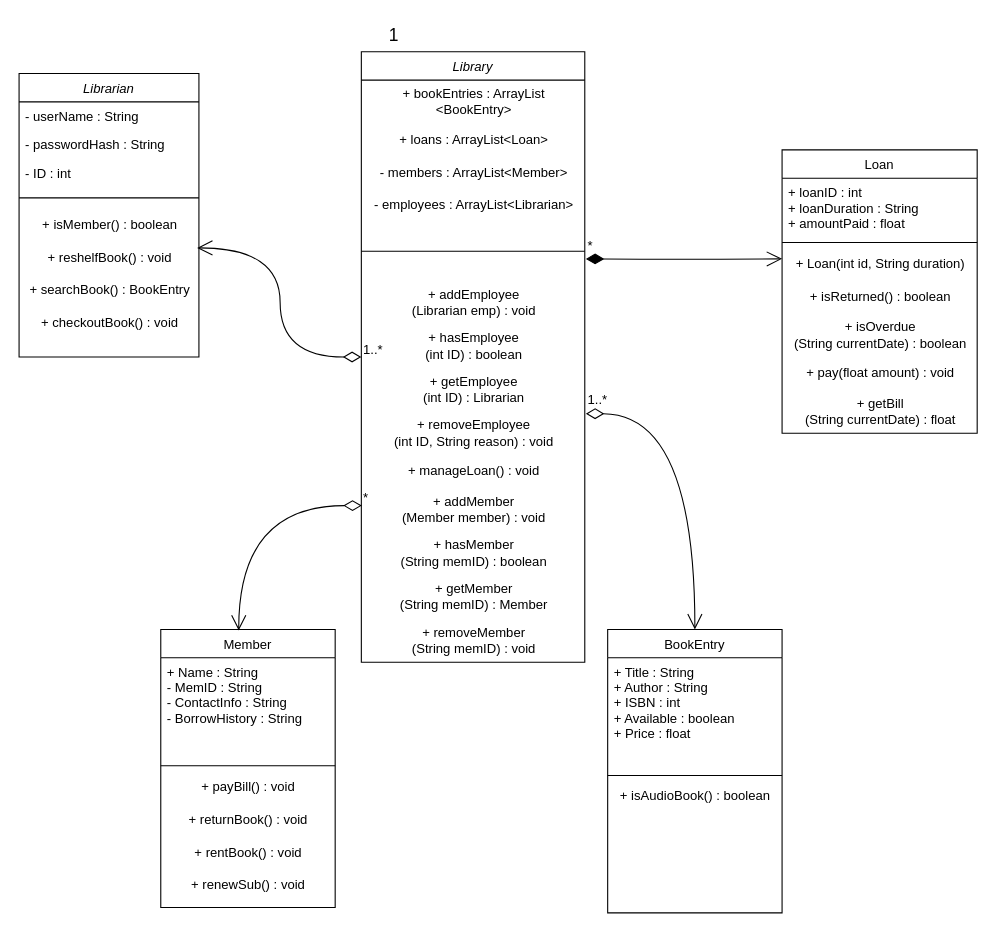
The draw.io diagram Untitled Diagram.drawio in Twpendleton/ClassUMLDiagram, before the edit. Source tidied: cells renumbered, new cells numbered last; positions are measured from the earlier drawing's top-left corner, leaving out a move shared by most shapes. Both pictures are drawn from the tidied source at 109%, with x=0, y=0 at pixel (19, 19).
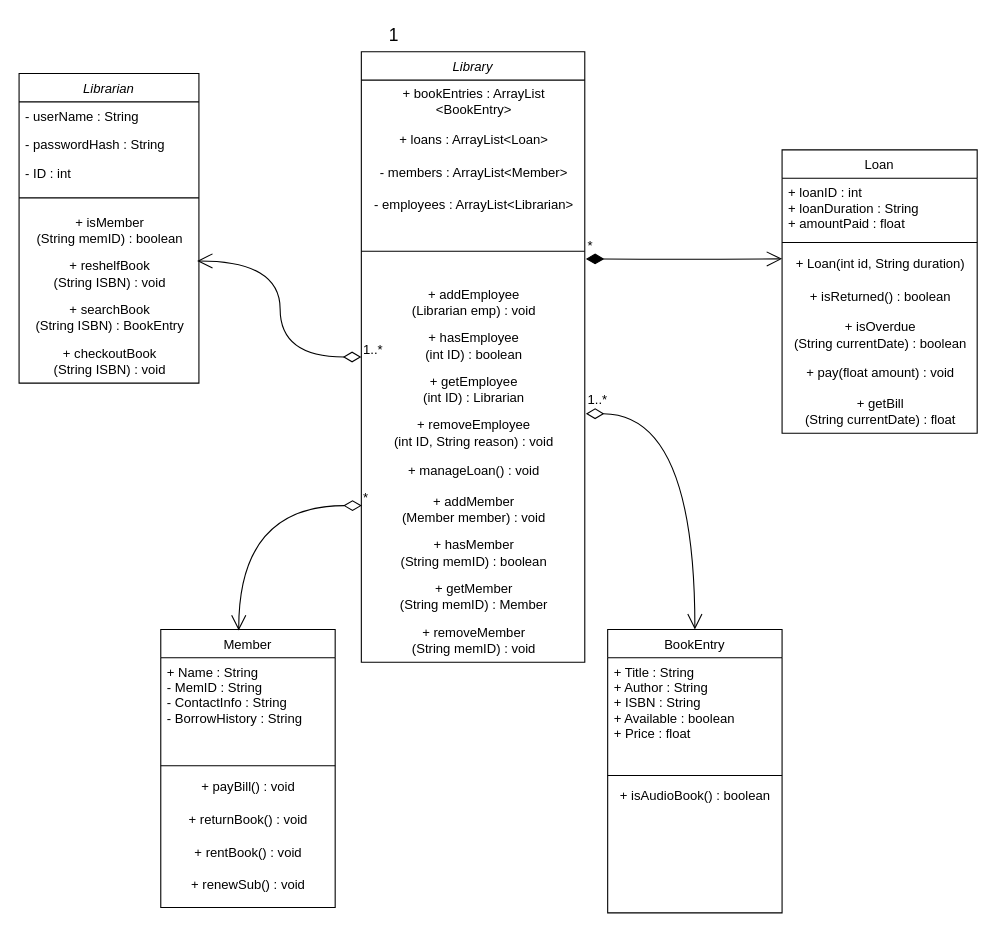
The same diagram, later.

Commit message:
Change type for BookEntry ISBN to String and redo Librarian methods

Unchanged cells that the change refers to:
```xml
<mxCell id="18" value="BookEntry" style="swimlane;fontStyle=0;align=center;verticalAlign=top;horizontal=1;startSize=26;rounded=0;shadow=0;strokeWidth=1;" parent="1" vertex="1">
  <mxGeometry x="540" y="560" width="160" height="260" as="geometry" />
</mxCell>
```

Diff of the diagram source:
```diff
@@
     <mxCell id="2" value="Librarian" style="swimlane;fontStyle=2;align=center;verticalAlign=top;horizontal=1;startSize=26;rounded=0;shadow=0;strokeWidth=1;" parent="1" vertex="1">
-      <mxGeometry y="50" width="165" height="260" as="geometry" />
+      <mxGeometry y="50" width="165" height="284" as="geometry" />
     </mxCell>
@@
-    <mxCell id="7" value="+ isMember() : boolean" style="text;html=1;align=center;verticalAlign=middle;strokeColor=none;fillColor=none;" parent="2" vertex="1">
-      <mxGeometry y="124" width="165" height="30" as="geometry" />
+    <mxCell id="7" value="+ isMember&lt;div&gt;(String memID) : boolean&lt;/div&gt;" style="text;html=1;align=center;verticalAlign=middle;strokeColor=none;fillColor=none;" parent="2" vertex="1">
+      <mxGeometry y="124" width="165" height="40" as="geometry" />
     </mxCell>
-    <mxCell id="8" value="+ reshelfBook() : void" style="text;html=1;align=center;verticalAlign=middle;points=[];strokeColor=none;fillColor=none;" parent="2" vertex="1">
-      <mxGeometry y="154" width="165" height="30" as="geometry" />
+    <mxCell id="8" value="+ reshelfBook&lt;div&gt;(String ISBN) : void&lt;/div&gt;" style="text;html=1;align=center;verticalAlign=middle;points=[];strokeColor=none;fillColor=none;" parent="2" vertex="1">
+      <mxGeometry y="164" width="165" height="40" as="geometry" />
     </mxCell>
-    <mxCell id="9" value="+ searchBook() : BookEntry" style="text;html=1;align=center;verticalAlign=middle;strokeColor=none;fillColor=none;" parent="2" vertex="1">
-      <mxGeometry y="184" width="165" height="30" as="geometry" />
+    <mxCell id="9" value="+ searchBook&lt;div&gt;(String ISBN) : BookEntry&lt;/div&gt;" style="text;html=1;align=center;verticalAlign=middle;strokeColor=none;fillColor=none;" parent="2" vertex="1">
+      <mxGeometry y="204" width="165" height="40" as="geometry" />
     </mxCell>
-    <mxCell id="10" value="+ checkoutBook() : void" style="text;html=1;align=center;verticalAlign=middle;strokeColor=none;fillColor=none;" parent="2" vertex="1">
-      <mxGeometry y="214" width="165" height="30" as="geometry" />
+    <mxCell id="10" value="+ checkoutBook&lt;div&gt;(String ISBN) : void&lt;/div&gt;" style="text;html=1;align=center;verticalAlign=middle;strokeColor=none;fillColor=none;" parent="2" vertex="1">
+      <mxGeometry y="244" width="165" height="40" as="geometry" />
     </mxCell>
@@
-    <mxCell id="19" value="+ Title : String&#10;+ Author : String&#10;+ ISBN : int&#10;+ Available : boolean&#10;+ Price : float" style="text;align=left;verticalAlign=top;spacingLeft=4;spacingRight=4;overflow=hidden;" parent="18" vertex="1">
+    <mxCell id="19" value="+ Title : String&#10;+ Author : String&#10;+ ISBN : String&#10;+ Available : boolean&#10;+ Price : float" style="text;align=left;verticalAlign=top;spacingLeft=4;spacingRight=4;overflow=hidden;" parent="18" vertex="1">
       <mxGeometry y="26" width="160" height="104" as="geometry" />
     </mxCell>
```
